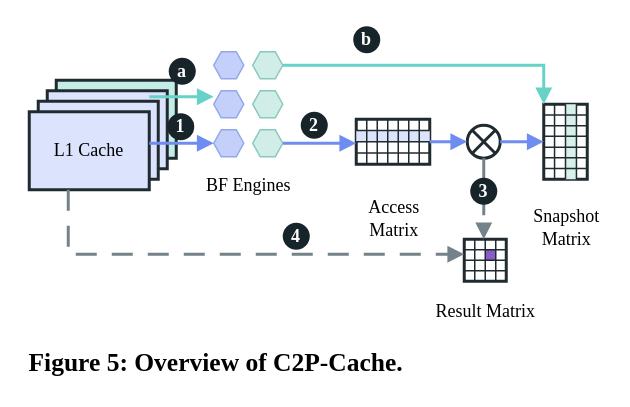
swayhrl/accel-sim-framework keeps this draw.io diagram as docs/c2p-cache/figures/c2p_paper_fig5_layout_redraw.drawio. Above is the earlier version. Source tidied: cells renumbered, new cells numbered last; positions are measured from the earlier drawing's top-left corner, leaving out a move shared by most shapes. Both pictures are drawn from the tidied source at 150%, with x=0, y=0 at pixel (26, 26).
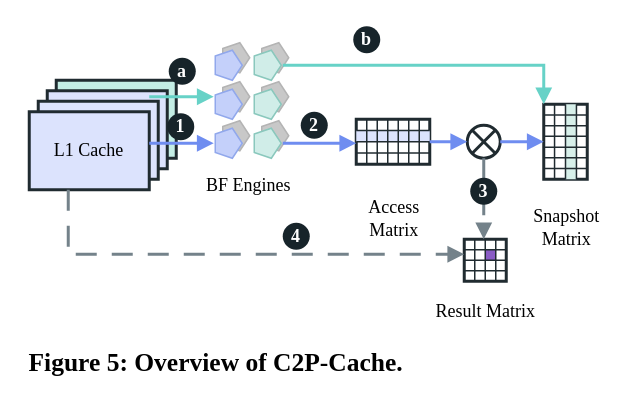
After the change.

Change to the diagram source:
```diff
@@
+    <mxCell id="64" style="shape=mxgraph.basic.pentagon;rotation=90;whiteSpace=wrap;html=1;fillColor=#c8c8c8;strokeColor=#b4b4b4;" parent="1" vertex="1">
+      <mxGeometry x="130" y="12" width="20" height="18" as="geometry" />
+    </mxCell>
-    <mxCell id="6" style="shape=hexagon;direction=east;whiteSpace=wrap;html=1;fillColor=#c4d0fa;strokeColor=#91a8ec;" parent="1" vertex="1">
+    <mxCell id="6" style="shape=mxgraph.basic.pentagon;rotation=90;whiteSpace=wrap;html=1;fillColor=#c4d0fa;strokeColor=#91a8ec;" parent="1" vertex="1">
       <mxGeometry x="125" y="17" width="20" height="18" as="geometry" />
     </mxCell>
+    <mxCell id="65" style="shape=mxgraph.basic.pentagon;rotation=90;whiteSpace=wrap;html=1;fillColor=#c8c8c8;strokeColor=#b4b4b4;" parent="1" vertex="1">
+      <mxGeometry x="156" y="12" width="20" height="18" as="geometry" />
+    </mxCell>
-    <mxCell id="7" style="shape=hexagon;direction=east;whiteSpace=wrap;html=1;fillColor=#d0ede8;strokeColor=#8ac8bd;" parent="1" vertex="1">
+    <mxCell id="7" style="shape=mxgraph.basic.pentagon;rotation=90;whiteSpace=wrap;html=1;fillColor=#d0ede8;strokeColor=#8ac8bd;" parent="1" vertex="1">
       <mxGeometry x="151" y="17" width="20" height="18" as="geometry" />
     </mxCell>
+    <mxCell id="66" style="shape=mxgraph.basic.pentagon;rotation=90;whiteSpace=wrap;html=1;fillColor=#c8c8c8;strokeColor=#b4b4b4;" parent="1" vertex="1">
+      <mxGeometry x="130" y="38" width="20" height="18" as="geometry" />
+    </mxCell>
-    <mxCell id="8" style="shape=hexagon;direction=east;whiteSpace=wrap;html=1;fillColor=#c4d0fa;strokeColor=#91a8ec;" parent="1" vertex="1">
+    <mxCell id="8" style="shape=mxgraph.basic.pentagon;rotation=90;whiteSpace=wrap;html=1;fillColor=#c4d0fa;strokeColor=#91a8ec;" parent="1" vertex="1">
       <mxGeometry x="125" y="43" width="20" height="18" as="geometry" />
     </mxCell>
+    <mxCell id="67" style="shape=mxgraph.basic.pentagon;rotation=90;whiteSpace=wrap;html=1;fillColor=#c8c8c8;strokeColor=#b4b4b4;" parent="1" vertex="1">
+      <mxGeometry x="156" y="38" width="20" height="18" as="geometry" />
+    </mxCell>
-    <mxCell id="9" style="shape=hexagon;direction=east;whiteSpace=wrap;html=1;fillColor=#d0ede8;strokeColor=#8ac8bd;" parent="1" vertex="1">
+    <mxCell id="9" style="shape=mxgraph.basic.pentagon;rotation=90;whiteSpace=wrap;html=1;fillColor=#d0ede8;strokeColor=#8ac8bd;" parent="1" vertex="1">
       <mxGeometry x="151" y="43" width="20" height="18" as="geometry" />
     </mxCell>
+    <mxCell id="68" style="shape=mxgraph.basic.pentagon;rotation=90;whiteSpace=wrap;html=1;fillColor=#c8c8c8;strokeColor=#b4b4b4;" parent="1" vertex="1">
+      <mxGeometry x="130" y="64" width="20" height="18" as="geometry" />
+    </mxCell>
-    <mxCell id="10" style="shape=hexagon;direction=east;whiteSpace=wrap;html=1;fillColor=#c4d0fa;strokeColor=#91a8ec;" parent="1" vertex="1">
+    <mxCell id="10" style="shape=mxgraph.basic.pentagon;rotation=90;whiteSpace=wrap;html=1;fillColor=#c4d0fa;strokeColor=#91a8ec;" parent="1" vertex="1">
       <mxGeometry x="125" y="69" width="20" height="18" as="geometry" />
     </mxCell>
+    <mxCell id="69" style="shape=mxgraph.basic.pentagon;rotation=90;whiteSpace=wrap;html=1;fillColor=#c8c8c8;strokeColor=#b4b4b4;" parent="1" vertex="1">
+      <mxGeometry x="156" y="64" width="20" height="18" as="geometry" />
+    </mxCell>
-    <mxCell id="11" style="shape=hexagon;direction=east;whiteSpace=wrap;html=1;fillColor=#d0ede8;strokeColor=#8ac8bd;" parent="1" vertex="1">
+    <mxCell id="11" style="shape=mxgraph.basic.pentagon;rotation=90;whiteSpace=wrap;html=1;fillColor=#d0ede8;strokeColor=#8ac8bd;" parent="1" vertex="1">
       <mxGeometry x="151" y="69" width="20" height="18" as="geometry" />
     </mxCell>
```
